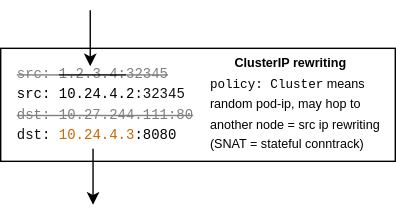
The draw.io diagram content/2020/how-do-packets-come-back/kubernetes-snat-cluster-ip.svg in maelvls/maelvls.github.io, before a commit. Source tidied: cells renumbered, new cells last; positions are measured from the earlier drawing's top-left corner, leaving out a move shared by most shapes.
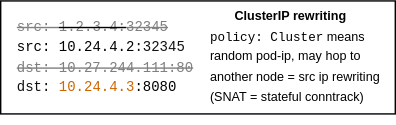
Later version of the same file.

Commit message:
how-do-packets-come-back: remove useless arrows

What changed in the source:
```diff
@@ -5,29 +5,11 @@
     <mxCell id="2" style="rounded=0;whiteSpace=wrap;html=1;fontSize=10;labelBackgroundColor=none;" parent="1" vertex="1">
       <mxGeometry y="27" width="282" height="80.8" as="geometry" />
     </mxCell>
-    <mxCell id="3" style="endArrow=classic;html=1;fontFamily=Helvetica;" parent="1" edge="1">
-      <mxGeometry relative="1" as="geometry">
-        <mxPoint x="64" y="-0.2" as="sourcePoint" />
-        <mxPoint x="64" y="39.8" as="targetPoint" />
-        <Array as="points">
-          <mxPoint x="64" y="19.8" />
-        </Array>
-      </mxGeometry>
-    </mxCell>
     <mxCell id="4" value="&lt;font&gt;&lt;font style=&quot;font-size: 10px&quot; color=&quot;#808080&quot;&gt;&lt;strike&gt;src:&amp;nbsp;&lt;/strike&gt;&lt;/font&gt;&lt;font&gt;&lt;font&gt;&lt;strike style=&quot;font-size: 10px&quot;&gt;&lt;font color=&quot;#808080&quot;&gt;1.2.3.4:&lt;/font&gt;&lt;/strike&gt;&lt;font color=&quot;#808080&quot;&gt;&lt;span style=&quot;font-size: 10px&quot;&gt;&lt;strike&gt;32345&lt;/strike&gt;&lt;/span&gt;&lt;/font&gt;&lt;br&gt;&lt;/font&gt;&lt;/font&gt;&lt;span style=&quot;font-size: 10px&quot;&gt;src:&amp;nbsp;&lt;/span&gt;&lt;span style=&quot;font-size: 10px ; font-family: &amp;#34;courier new&amp;#34;&quot;&gt;10.24.4.2&lt;/span&gt;&lt;span style=&quot;font-size: 10px&quot;&gt;&lt;font color=&quot;#111111&quot;&gt;:&lt;/font&gt;&lt;/span&gt;&lt;font color=&quot;#111111&quot;&gt;&lt;span style=&quot;font-size: 10px&quot;&gt;32345&lt;/span&gt;&lt;br&gt;&lt;/font&gt;&lt;font style=&quot;font-size: 10px&quot; color=&quot;#808080&quot;&gt;&lt;strike&gt;&lt;span&gt;dst: 10.27.244.111&lt;/span&gt;&lt;span&gt;:80&lt;/span&gt;&lt;/strike&gt;&lt;/font&gt;&lt;span style=&quot;font-size: 10px&quot;&gt;&lt;font color=&quot;#808080&quot;&gt;&lt;br&gt;&lt;/font&gt;&lt;font color=&quot;#111111&quot; style=&quot;font-size: 10px&quot;&gt;dst:&amp;nbsp;&lt;/font&gt;&lt;/span&gt;&lt;span style=&quot;font-size: 10px&quot;&gt;&lt;font color=&quot;#cc6600&quot; style=&quot;font-size: 10px&quot;&gt;10.24.4.3&lt;/font&gt;&lt;/span&gt;&lt;span style=&quot;font-size: 10px&quot;&gt;:8080&lt;/span&gt;&lt;/font&gt;" style="text;html=1;strokeColor=none;fillColor=none;align=left;verticalAlign=middle;whiteSpace=wrap;rounded=0;fontFamily=Courier New;" parent="1" vertex="1">
       <mxGeometry x="10.4" y="41.6" width="140" height="51" as="geometry" />
     </mxCell>
     <mxCell id="5" value="&lt;font style=&quot;font-size: 9px&quot;&gt;&lt;b&gt;&amp;nbsp; &amp;nbsp; &amp;nbsp; &amp;nbsp;ClusterIP rewriting&lt;/b&gt;&lt;br&gt;&lt;font face=&quot;Courier New&quot;&gt;policy: Cluster&lt;/font&gt;&amp;nbsp;means&lt;br&gt;random pod-ip, may hop to&lt;br&gt;another node = src ip rewriting&lt;br&gt;(SNAT = stateful&amp;nbsp;conntrack)&lt;br&gt;&lt;br&gt;&lt;/font&gt;" style="text;html=1;strokeColor=none;fillColor=none;align=left;verticalAlign=middle;whiteSpace=wrap;rounded=0;labelBackgroundColor=none;" parent="1" vertex="1">
       <mxGeometry x="148" y="37.6" width="130.8" height="70.2" as="geometry" />
     </mxCell>
-    <mxCell id="6" style="endArrow=classic;html=1;fontFamily=Helvetica;" parent="1" edge="1">
-      <mxGeometry relative="1" as="geometry">
-        <mxPoint x="66" y="98.8" as="sourcePoint" />
-        <mxPoint x="66" y="138.8" as="targetPoint" />
-        <Array as="points">
-          <mxPoint x="66" y="118.8" />
-        </Array>
-      </mxGeometry>
-    </mxCell>
   </root>
 </mxGraphModel>
```
